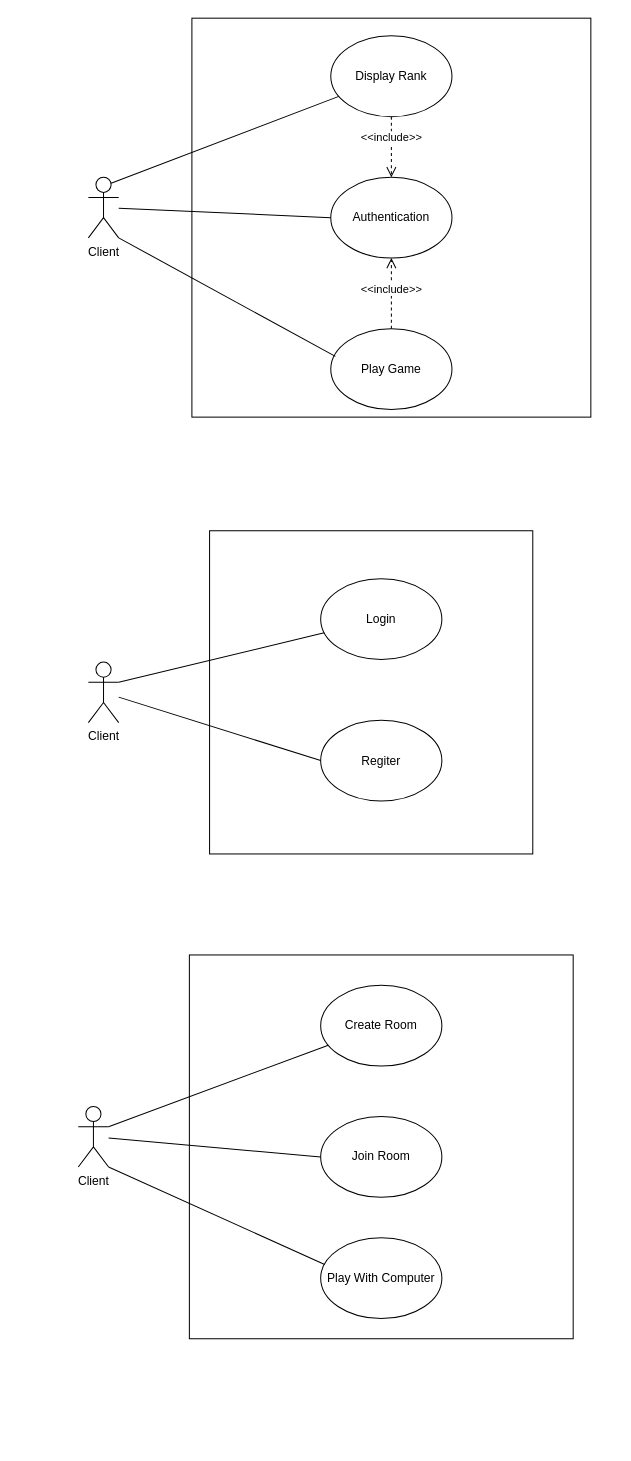
Earlier version of the draw.io diagram report/usecase.drawio (evmosss/Qt-DuoiHinhBatChu). Source tidied: cells renumbered, new cells numbered last; positions are measured from the earlier drawing's top-left corner, leaving out a move shared by most shapes. Both pictures are drawn from the tidied source at 101%, with x=0, y=0 at pixel (78, 17).
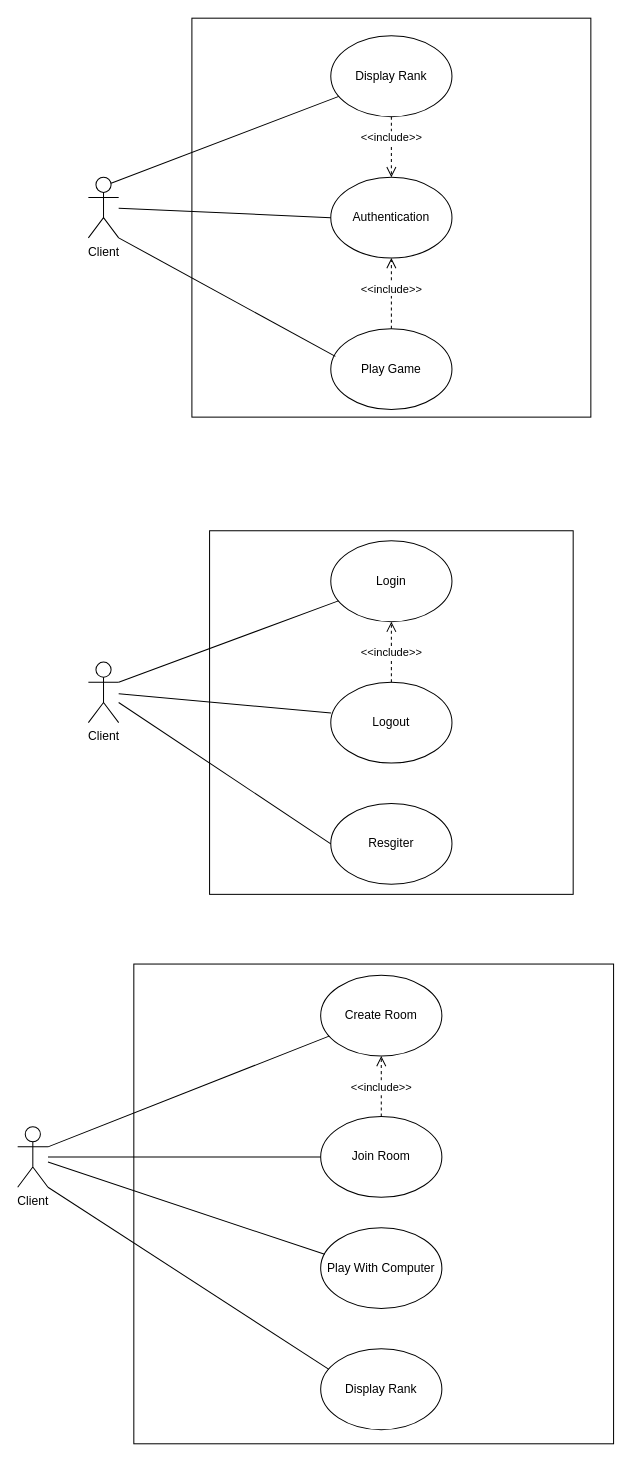
The same page after the edit.

The change refers to these unchanged cells:
```xml
<mxCell id="13" value="Client" style="shape=umlActor;verticalLabelPosition=bottom;verticalAlign=top;html=1;outlineConnect=0;" parent="1" vertex="1">
  <mxGeometry x="10" y="638" width="30" height="60" as="geometry" />
</mxCell>
<mxCell id="20" value="Join Room" style="ellipse;whiteSpace=wrap;html=1;" parent="1" vertex="1">
  <mxGeometry x="240" y="1088" width="120" height="80" as="geometry" />
</mxCell>
```

Change to the diagram source:
```diff
@@
     <mxCell id="12" style="whiteSpace=wrap;html=1;" parent="1" vertex="1">
-      <mxGeometry x="130" y="508" width="320" height="320" as="geometry" />
+      <mxGeometry x="130" y="508" width="360" height="360" as="geometry" />
     </mxCell>
@@
-    <mxCell id="14" value="Regiter" style="ellipse;whiteSpace=wrap;html=1;" parent="1" vertex="1">
-      <mxGeometry x="240" y="695.5" width="120" height="80" as="geometry" />
+    <mxCell id="14" value="Resgiter" style="ellipse;whiteSpace=wrap;html=1;" parent="1" vertex="1">
+      <mxGeometry x="250" y="778" width="120" height="80" as="geometry" />
     </mxCell>
     <mxCell id="15" value="Login" style="ellipse;whiteSpace=wrap;html=1;" parent="1" vertex="1">
-      <mxGeometry x="240" y="555.5" width="120" height="80" as="geometry" />
+      <mxGeometry x="250" y="518" width="120" height="80" as="geometry" />
     </mxCell>
@@
     <mxCell id="18" style="whiteSpace=wrap;html=1;" parent="1" vertex="1">
-      <mxGeometry x="110" y="928" width="380" height="380" as="geometry" />
+      <mxGeometry x="55" y="937" width="475" height="475" as="geometry" />
     </mxCell>
     <mxCell id="19" value="Client" style="shape=umlActor;verticalLabelPosition=bottom;verticalAlign=top;html=1;outlineConnect=0;" parent="1" vertex="1">
-      <mxGeometry y="1078" width="30" height="60" as="geometry" />
+      <mxGeometry x="-60" y="1098" width="30" height="60" as="geometry" />
     </mxCell>
@@
     <mxCell id="21" value="Create Room" style="ellipse;whiteSpace=wrap;html=1;" parent="1" vertex="1">
-      <mxGeometry x="240" y="958" width="120" height="80" as="geometry" />
+      <mxGeometry x="240" y="948" width="120" height="80" as="geometry" />
     </mxCell>
@@
     <mxCell id="24" value="Play With Computer" style="ellipse;whiteSpace=wrap;html=1;" parent="1" vertex="1">
-      <mxGeometry x="240" y="1208" width="120" height="80" as="geometry" />
+      <mxGeometry x="240" y="1198" width="120" height="80" as="geometry" />
     </mxCell>
-    <mxCell id="25" style="endArrow=none;html=1;rounded=0;exitX=1;exitY=1;exitDx=0;exitDy=0;exitPerimeter=0;entryX=0.033;entryY=0.33;entryDx=0;entryDy=0;entryPerimeter=0;" parent="1" edge="1" source="19" target="24">
+    <mxCell id="25" style="endArrow=none;html=1;rounded=0;entryX=0.033;entryY=0.33;entryDx=0;entryDy=0;entryPerimeter=0;" parent="1" edge="1" source="19" target="24">
       <mxGeometry relative="1" as="geometry" />
     </mxCell>
+    <mxCell id="26" value="Logout" style="ellipse;whiteSpace=wrap;html=1;" parent="1" vertex="1">
+      <mxGeometry x="250" y="658" width="120" height="80" as="geometry" />
+    </mxCell>
+    <mxCell id="27" style="endArrow=none;html=1;rounded=0;entryX=0.003;entryY=0.38;entryDx=0;entryDy=0;entryPerimeter=0;" parent="1" edge="1" source="13" target="26">
+      <mxGeometry relative="1" as="geometry" />
+    </mxCell>
+    <mxCell id="28" value="&amp;lt;&amp;lt;include&amp;gt;&amp;gt;" style="html=1;verticalAlign=bottom;endArrow=open;dashed=1;endSize=8;rounded=0;entryX=0.5;entryY=1;entryDx=0;entryDy=0;" parent="1" edge="1" source="26" target="15">
+      <mxGeometry x="-0.33" relative="1" as="geometry" />
+    </mxCell>
+    <mxCell id="29" value="&amp;lt;&amp;lt;include&amp;gt;&amp;gt;" style="html=1;verticalAlign=bottom;endArrow=open;dashed=1;endSize=8;rounded=0;entryX=0.5;entryY=1;entryDx=0;entryDy=0;exitX=0.5;exitY=0;exitDx=0;exitDy=0;" parent="1" edge="1" source="20" target="21">
+      <mxGeometry x="-0.33" relative="1" as="geometry" />
+    </mxCell>
+    <mxCell id="30" value="Display Rank" style="ellipse;whiteSpace=wrap;html=1;" parent="1" vertex="1">
+      <mxGeometry x="240" y="1318" width="120" height="80" as="geometry" />
+    </mxCell>
+    <mxCell id="31" style="endArrow=none;html=1;rounded=0;exitX=1;exitY=1;exitDx=0;exitDy=0;exitPerimeter=0;entryX=0.068;entryY=0.254;entryDx=0;entryDy=0;entryPerimeter=0;" parent="1" edge="1" source="19" target="30">
+      <mxGeometry relative="1" as="geometry" />
+    </mxCell>
```
